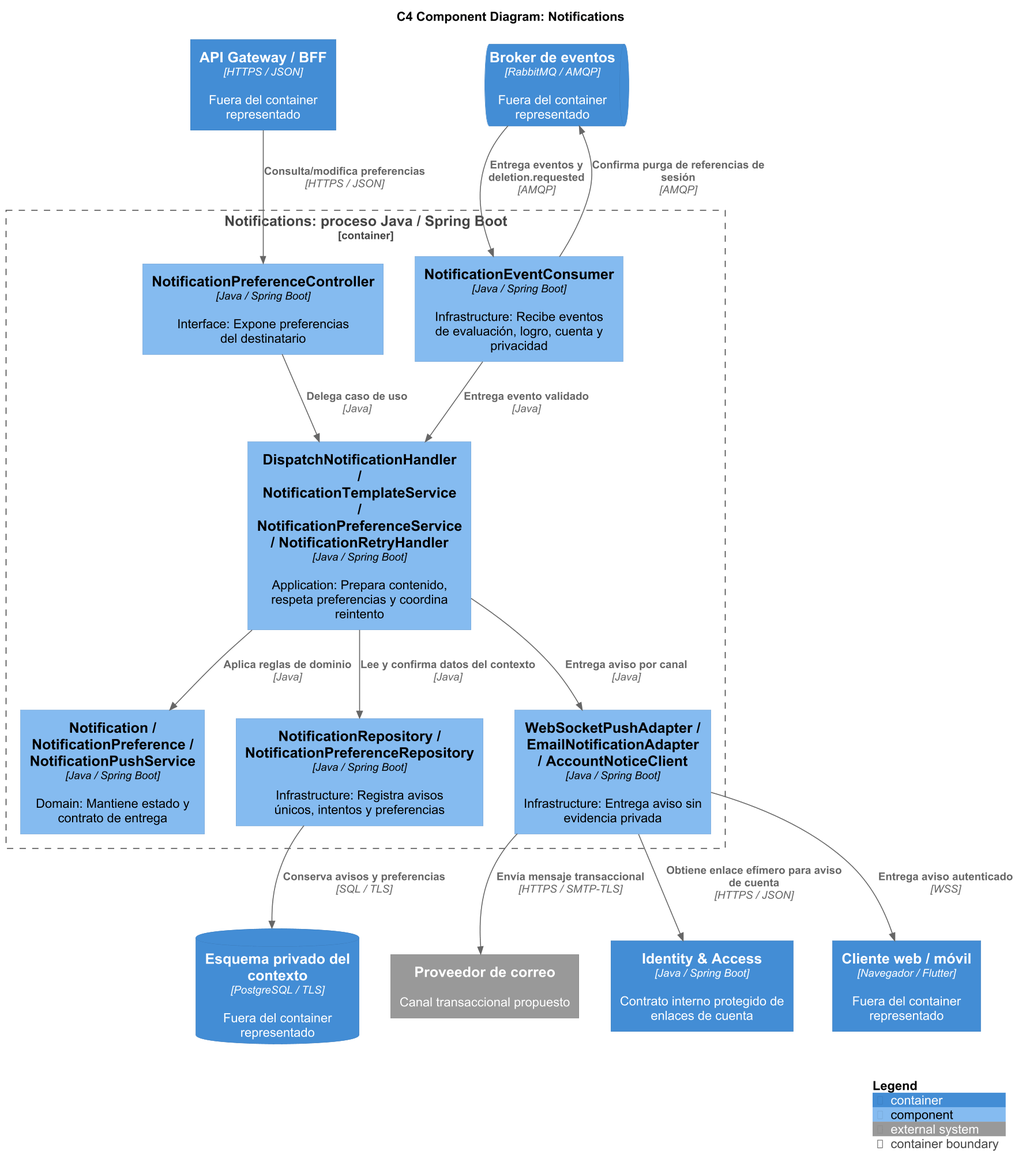
Earlier version of the PlantUML export assets/diagrams/tactical/10-notifications-components.png (upc-pre-202620-si728-16365-thropic/talki-project-report).
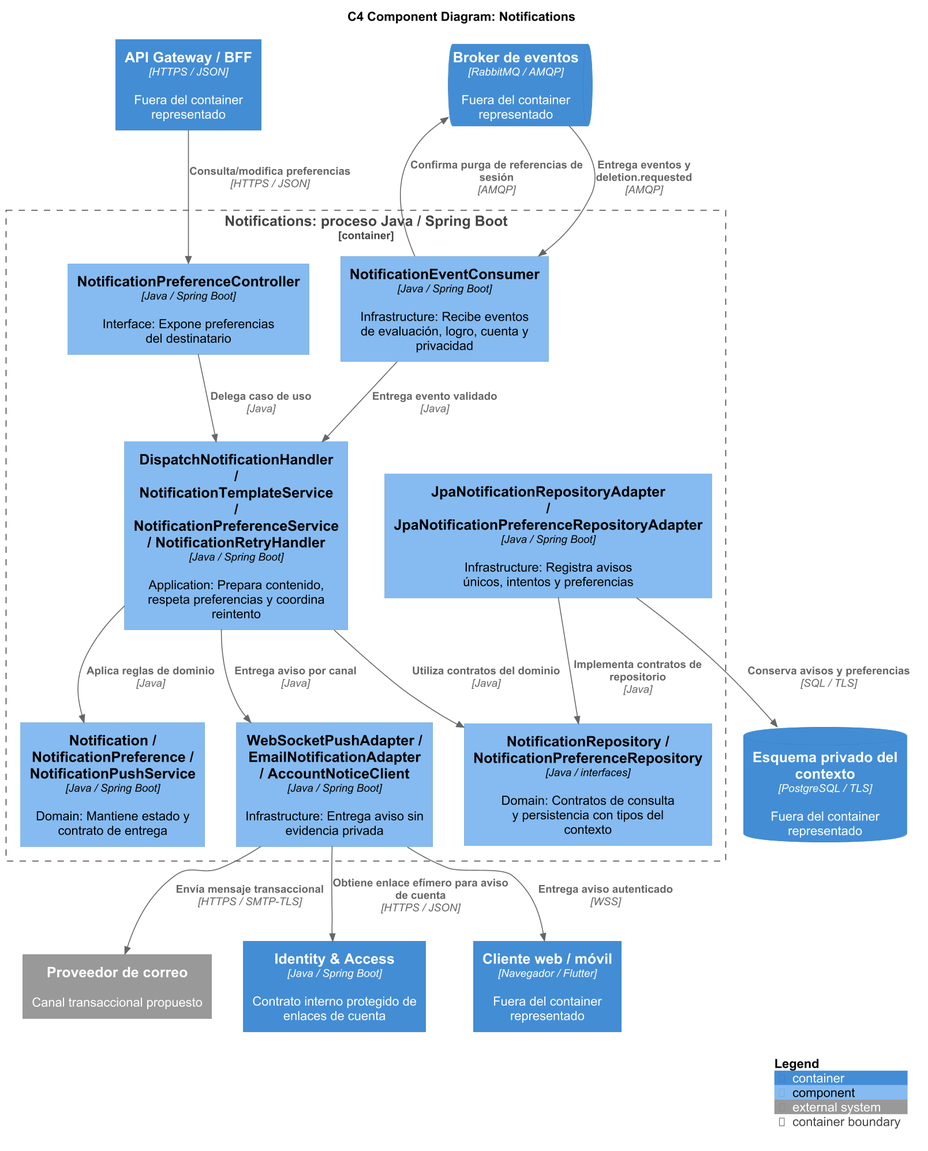
After the commit.

Diff of the diagram source:
```diff
@@ -15,13 +15,15 @@
   Component(api, "NotificationPreferenceController", "Java / Spring Boot", "Interface: Expone preferencias del destinatario")
   Component(app, "DispatchNotificationHandler / NotificationTemplateService / NotificationPreferenceService / NotificationRetryHandler", "Java / Spring Boot", "Application: Prepara contenido, respeta preferencias y coordina reintento")
   Component(rules, "Notification / NotificationPreference / NotificationPushService", "Java / Spring Boot", "Domain: Mantiene estado y contrato de entrega")
-  Component(repo, "NotificationRepository / NotificationPreferenceRepository", "Java / Spring Boot", "Infrastructure: Registra avisos únicos, intentos y preferencias")
+  Component(ports, "NotificationRepository / NotificationPreferenceRepository", "Java / interfaces", "Domain: Contratos de consulta y persistencia con tipos del contexto")
+  Component(repo, "JpaNotificationRepositoryAdapter / JpaNotificationPreferenceRepositoryAdapter", "Java / Spring Boot", "Infrastructure: Registra avisos únicos, intentos y preferencias")
   Component(channels, "WebSocketPushAdapter / EmailNotificationAdapter / AccountNoticeClient", "Java / Spring Boot", "Infrastructure: Entrega aviso sin evidencia privada")
 }
 Rel(api, app, "Delega caso de uso", "Java")
 Rel(consumer, app, "Entrega evento validado", "Java")
 Rel(app, rules, "Aplica reglas de dominio", "Java")
-Rel(app, repo, "Lee y confirma datos del contexto", "Java")
+Rel(app, ports, "Utiliza contratos del dominio", "Java")
+Rel(repo, ports, "Implementa contratos de repositorio", "Java")
 Rel(app, channels, "Entrega aviso por canal", "Java")
 Rel(bus, consumer, "Entrega eventos y deletion.requested", "AMQP")
 Rel(consumer, bus, "Confirma purga de referencias de sesión", "AMQP")
```
